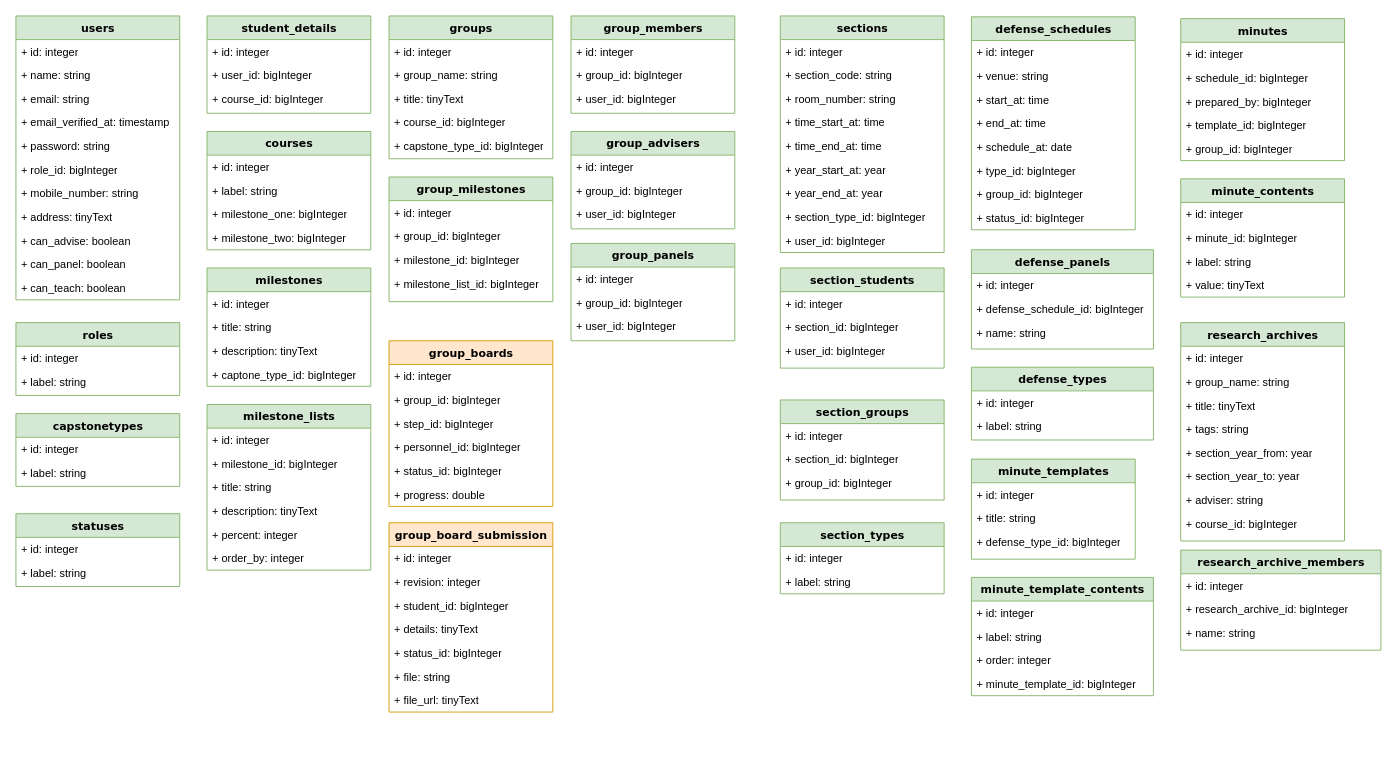
Above: database/schema.drawio in elur123/ccerms-api (draw.io), before the change. Source tidied: cells renumbered, new cells numbered last; positions are measured from the earlier drawing's top-left corner, leaving out a move shared by most shapes. Both pictures are drawn from the tidied source at 91%, with x=0, y=0 at pixel (15, 15).
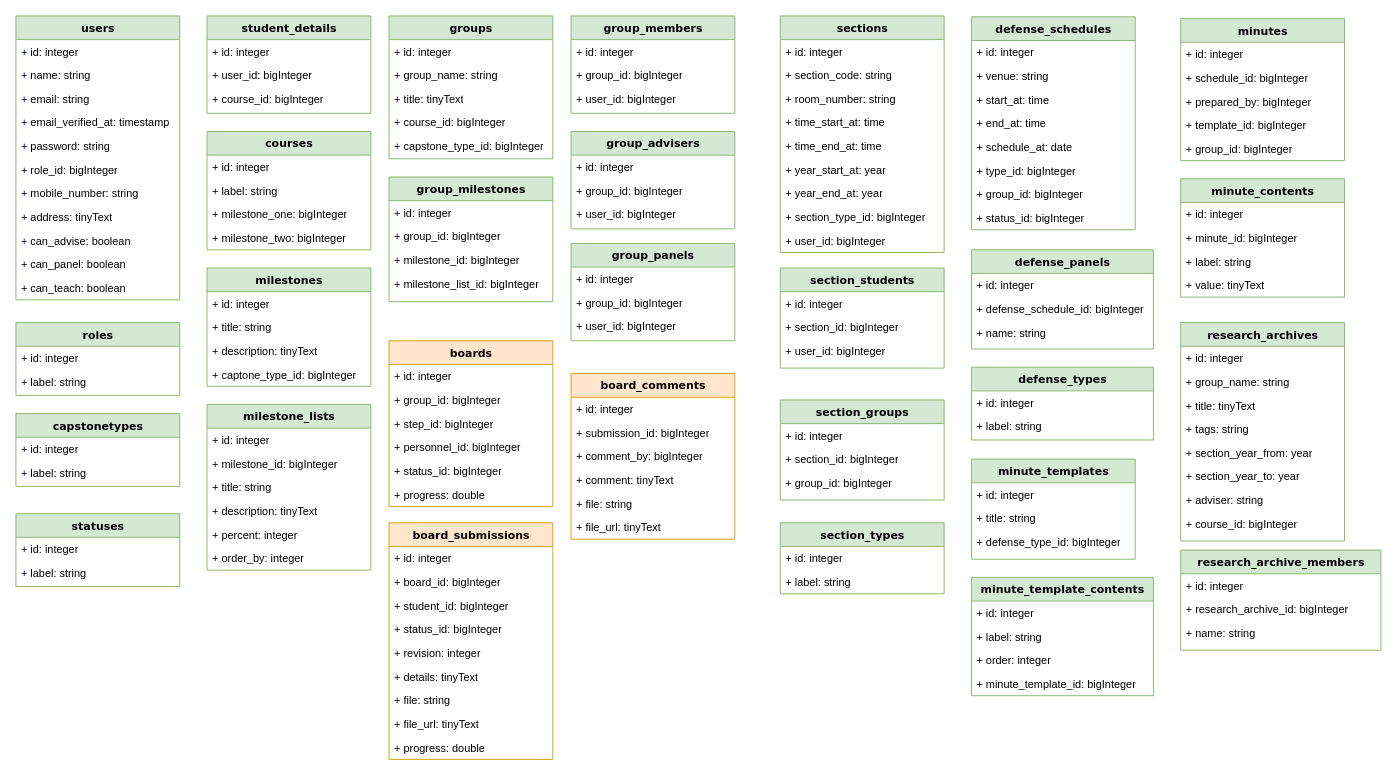
The same page after the edit.

Commit message (it also covers changes not shown here):
Board module

Diff of the diagram source:
```diff
@@
-    <mxCell id="137" value="group_boards" style="swimlane;html=1;fontStyle=1;align=center;verticalAlign=top;horizontal=1;startSize=26;swimlaneFillColor=#ffffff;rounded=0;shadow=0;comic=0;labelBackgroundColor=none;strokeWidth=1;fillColor=#ffe6cc;fontFamily=Verdana;fontSize=12;strokeColor=#d79b00;" parent="1" vertex="1">
+    <mxCell id="137" value="boards" style="swimlane;html=1;fontStyle=1;align=center;verticalAlign=top;horizontal=1;startSize=26;swimlaneFillColor=#ffffff;rounded=0;shadow=0;comic=0;labelBackgroundColor=none;strokeWidth=1;fillColor=#ffe6cc;fontFamily=Verdana;fontSize=12;strokeColor=#d79b00;" parent="1" vertex="1">
       <mxGeometry x="410" y="357" width="180" height="182" as="geometry" />
     </mxCell>
@@
-    <mxCell id="144" value="group_board_submission" style="swimlane;html=1;fontStyle=1;align=center;verticalAlign=top;horizontal=1;startSize=26;swimlaneFillColor=#ffffff;rounded=0;shadow=0;comic=0;labelBackgroundColor=none;strokeWidth=1;fillColor=#ffe6cc;fontFamily=Verdana;fontSize=12;strokeColor=#d79b00;" parent="1" vertex="1">
-      <mxGeometry x="410" y="557" width="180" height="208" as="geometry" />
+    <mxCell id="144" value="board_submissions" style="swimlane;html=1;fontStyle=1;align=center;verticalAlign=top;horizontal=1;startSize=26;swimlaneFillColor=#ffffff;rounded=0;shadow=0;comic=0;labelBackgroundColor=none;strokeWidth=1;fillColor=#ffe6cc;fontFamily=Verdana;fontSize=12;strokeColor=#d79b00;" parent="1" vertex="1">
+      <mxGeometry x="410" y="557" width="180" height="260" as="geometry" />
     </mxCell>
@@
+    <mxCell id="147" value="+ board_id: bigInteger" style="text;html=1;strokeColor=none;fillColor=none;align=left;verticalAlign=top;spacingLeft=4;spacingRight=4;whiteSpace=wrap;overflow=hidden;" parent="144" vertex="1">
+      <mxGeometry y="52" width="180" height="26" as="geometry" />
+    </mxCell>
+    <mxCell id="152" value="+ student_id: bigInteger" style="text;html=1;strokeColor=none;fillColor=none;align=left;verticalAlign=top;spacingLeft=4;spacingRight=4;whiteSpace=wrap;overflow=hidden;" parent="144" vertex="1">
+      <mxGeometry y="78" width="180" height="26" as="geometry" />
+    </mxCell>
+    <mxCell id="149" value="+ status_id: bigInteger" style="text;html=1;strokeColor=none;fillColor=none;align=left;verticalAlign=top;spacingLeft=4;spacingRight=4;whiteSpace=wrap;overflow=hidden;" parent="144" vertex="1">
+      <mxGeometry y="104" width="180" height="26" as="geometry" />
+    </mxCell>
     <mxCell id="146" value="+ revision: integer" style="text;html=1;strokeColor=none;fillColor=none;align=left;verticalAlign=top;spacingLeft=4;spacingRight=4;whiteSpace=wrap;overflow=hidden;" parent="144" vertex="1">
-      <mxGeometry y="52" width="180" height="26" as="geometry" />
+      <mxGeometry y="130" width="180" height="26" as="geometry" />
     </mxCell>
-    <mxCell id="147" value="+ student_id: bigInteger" style="text;html=1;strokeColor=none;fillColor=none;align=left;verticalAlign=top;spacingLeft=4;spacingRight=4;whiteSpace=wrap;overflow=hidden;" parent="144" vertex="1">
-      <mxGeometry y="78" width="180" height="26" as="geometry" />
-    </mxCell>
     <mxCell id="148" value="+ details: tinyText" style="text;html=1;strokeColor=none;fillColor=none;align=left;verticalAlign=top;spacingLeft=4;spacingRight=4;whiteSpace=wrap;overflow=hidden;" parent="144" vertex="1">
-      <mxGeometry y="104" width="180" height="26" as="geometry" />
+      <mxGeometry y="156" width="180" height="26" as="geometry" />
     </mxCell>
-    <mxCell id="149" value="+ status_id: bigInteger" style="text;html=1;strokeColor=none;fillColor=none;align=left;verticalAlign=top;spacingLeft=4;spacingRight=4;whiteSpace=wrap;overflow=hidden;" parent="144" vertex="1">
-      <mxGeometry y="130" width="180" height="26" as="geometry" />
-    </mxCell>
     <mxCell id="150" value="+ file: string" style="text;html=1;strokeColor=none;fillColor=none;align=left;verticalAlign=top;spacingLeft=4;spacingRight=4;whiteSpace=wrap;overflow=hidden;" parent="144" vertex="1">
-      <mxGeometry y="156" width="180" height="26" as="geometry" />
+      <mxGeometry y="182" width="180" height="26" as="geometry" />
     </mxCell>
     <mxCell id="151" value="+ file_url: tinyText" style="text;html=1;strokeColor=none;fillColor=none;align=left;verticalAlign=top;spacingLeft=4;spacingRight=4;whiteSpace=wrap;overflow=hidden;" parent="144" vertex="1">
-      <mxGeometry y="182" width="180" height="26" as="geometry" />
+      <mxGeometry y="208" width="180" height="26" as="geometry" />
     </mxCell>
+    <mxCell id="153" value="+ progress: double" style="text;html=1;strokeColor=none;fillColor=none;align=left;verticalAlign=top;spacingLeft=4;spacingRight=4;whiteSpace=wrap;overflow=hidden;" parent="144" vertex="1">
+      <mxGeometry y="234" width="180" height="26" as="geometry" />
+    </mxCell>
+    <mxCell id="154" value="board_comments" style="swimlane;html=1;fontStyle=1;align=center;verticalAlign=top;horizontal=1;startSize=26;swimlaneFillColor=#ffffff;rounded=0;shadow=0;comic=0;labelBackgroundColor=none;strokeWidth=1;fillColor=#ffe6cc;fontFamily=Verdana;fontSize=12;strokeColor=#d79b00;" parent="1" vertex="1">
+      <mxGeometry x="610" y="393" width="180" height="182" as="geometry" />
+    </mxCell>
+    <mxCell id="155" value="+ id: integer" style="text;html=1;strokeColor=none;fillColor=none;align=left;verticalAlign=top;spacingLeft=4;spacingRight=4;whiteSpace=wrap;overflow=hidden;" parent="154" vertex="1">
+      <mxGeometry y="26" width="180" height="26" as="geometry" />
+    </mxCell>
+    <mxCell id="156" value="+ submission_id: bigInteger" style="text;html=1;strokeColor=none;fillColor=none;align=left;verticalAlign=top;spacingLeft=4;spacingRight=4;whiteSpace=wrap;overflow=hidden;" parent="154" vertex="1">
+      <mxGeometry y="52" width="180" height="26" as="geometry" />
+    </mxCell>
+    <mxCell id="157" value="+ comment_by: bigInteger" style="text;html=1;strokeColor=none;fillColor=none;align=left;verticalAlign=top;spacingLeft=4;spacingRight=4;whiteSpace=wrap;overflow=hidden;" parent="154" vertex="1">
+      <mxGeometry y="78" width="180" height="26" as="geometry" />
+    </mxCell>
+    <mxCell id="158" value="+ comment: tinyText" style="text;html=1;strokeColor=none;fillColor=none;align=left;verticalAlign=top;spacingLeft=4;spacingRight=4;whiteSpace=wrap;overflow=hidden;" parent="154" vertex="1">
+      <mxGeometry y="104" width="180" height="26" as="geometry" />
+    </mxCell>
+    <mxCell id="159" value="+ file: string" style="text;html=1;strokeColor=none;fillColor=none;align=left;verticalAlign=top;spacingLeft=4;spacingRight=4;whiteSpace=wrap;overflow=hidden;" parent="154" vertex="1">
+      <mxGeometry y="130" width="180" height="26" as="geometry" />
+    </mxCell>
+    <mxCell id="160" value="+ file_url: tinyText" style="text;html=1;strokeColor=none;fillColor=none;align=left;verticalAlign=top;spacingLeft=4;spacingRight=4;whiteSpace=wrap;overflow=hidden;" parent="154" vertex="1">
+      <mxGeometry y="156" width="180" height="26" as="geometry" />
+    </mxCell>
```
